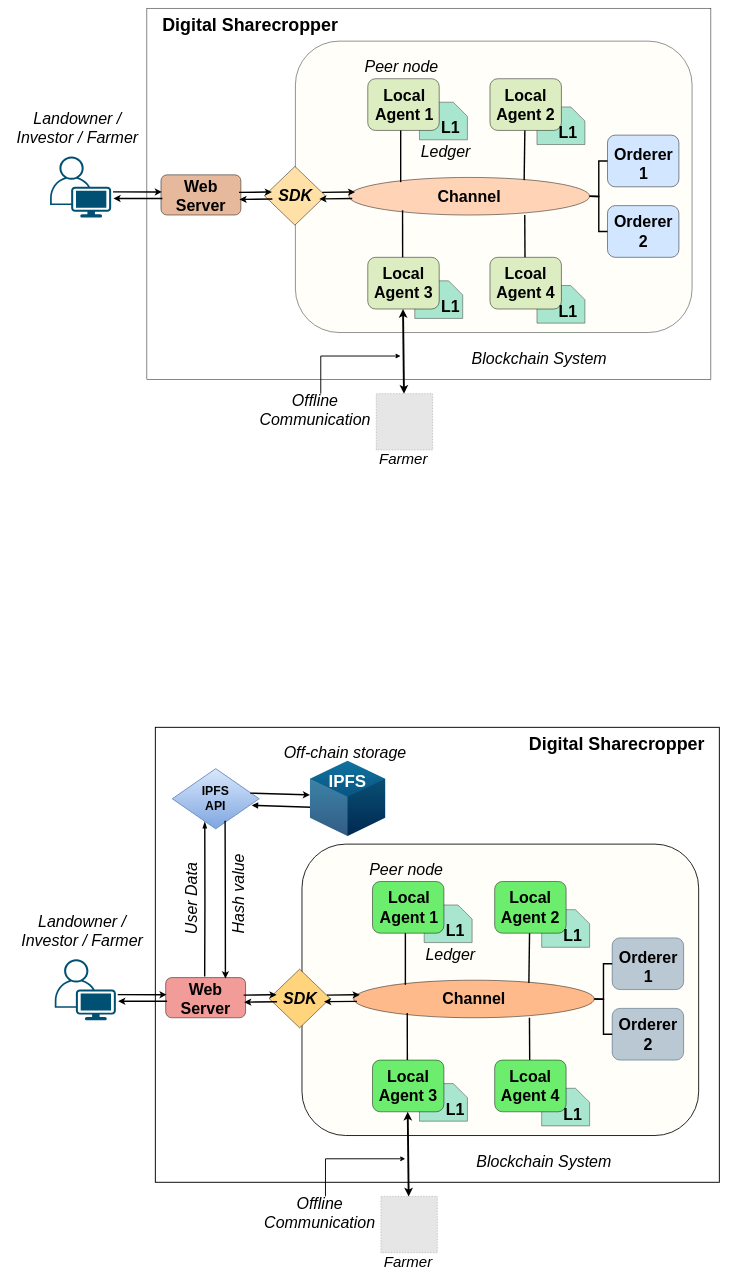
The draw.io diagram page "Page-2" (2 of 4) of files/Fabric-Diagrams.drawio in Arif-Shahriar028/draw.io, before the edit. Source tidied: cells renumbered, new cells numbered last; positions are measured from the earlier drawing's top-left corner, leaving out a move shared by most shapes. Both pictures are drawn from the tidied source at 47%, with x=0, y=0 at pixel (8, 8). Pictures stored in the file or linked from it are replaced by grey dashed boxes.
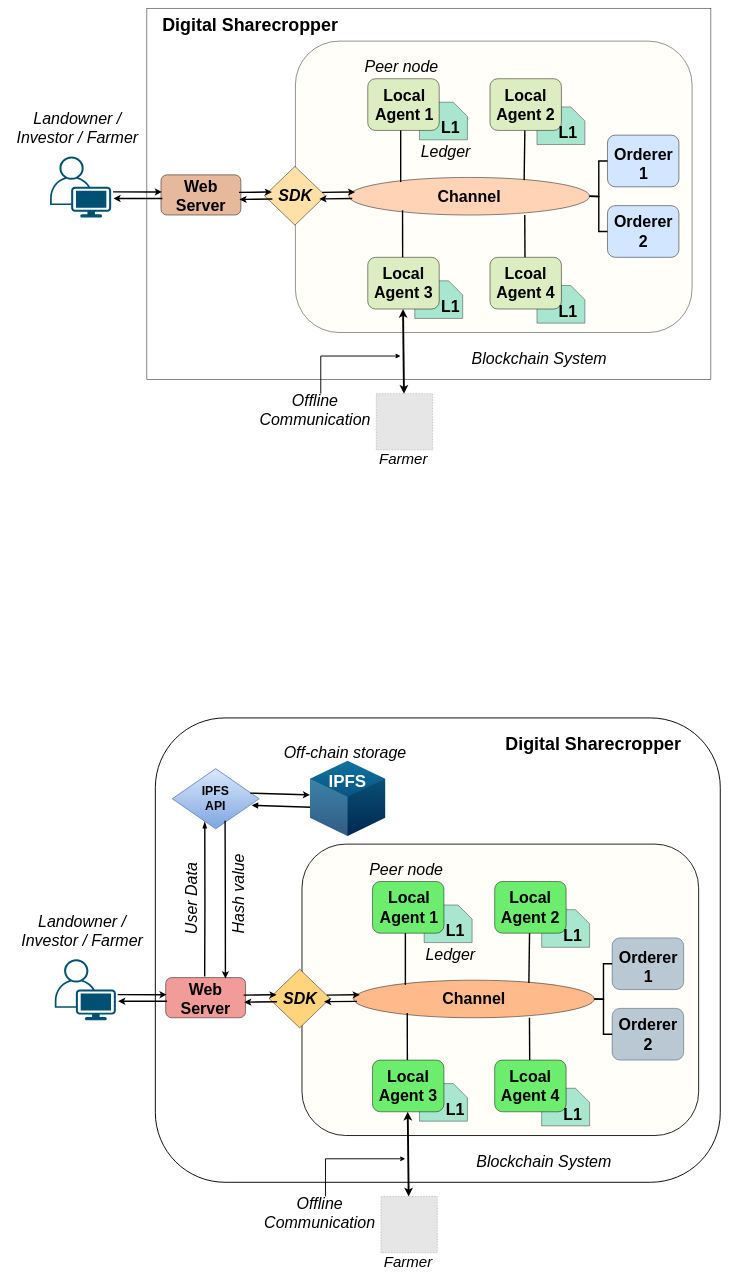
After the change.

Commit message:
ipfs diagram added.drawio

Change to the diagram source:
```diff
@@
-    <mxCell id="53" style="rounded=0;whiteSpace=wrap;html=1;strokeWidth=2;fontStyle=2;fontSize=32;" parent="1" vertex="1">
-      <mxGeometry x="313" y="1530" width="1200" height="968" as="geometry" />
+    <mxCell id="53" style="rounded=1;whiteSpace=wrap;html=1;strokeWidth=2;fontStyle=2;fontSize=32;" parent="1" vertex="1">
+      <mxGeometry x="313" y="1510" width="1202" height="988" as="geometry" />
     </mxCell>
@@
     <mxCell id="91" value="&lt;font style=&quot;font-size: 38px;&quot;&gt;&lt;span style=&quot;font-size: 38px;&quot;&gt;Digital Sharecropper&lt;/span&gt;&lt;/font&gt;" style="text;html=1;strokeColor=none;fillColor=none;align=center;verticalAlign=middle;whiteSpace=wrap;rounded=0;fontStyle=1;fontSize=38;" parent="1" vertex="1">
-      <mxGeometry x="1095" y="1550" width="400" height="30" as="geometry" />
+      <mxGeometry x="1045" y="1550" width="400" height="30" as="geometry" />
     </mxCell>
```
